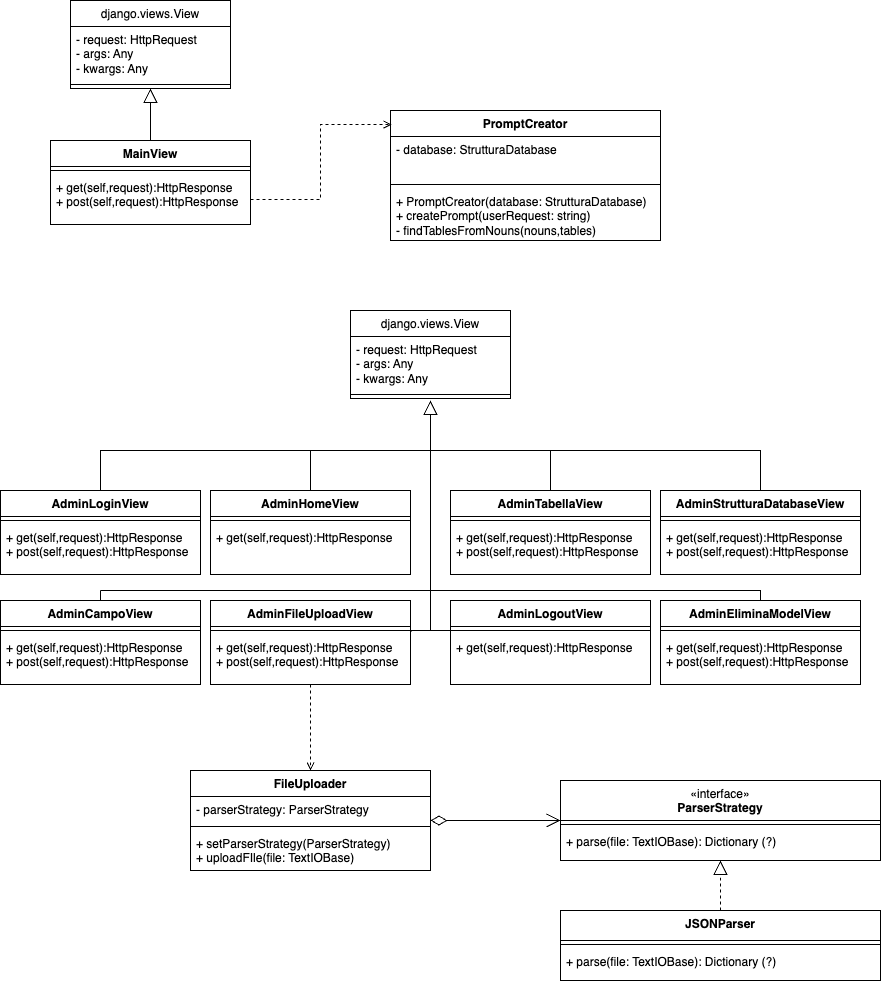
This is docs/src/assets/UML_classes/views.png from Jackpot-Coding/chatSQL, a draw.io export, as it was before one commit. Source tidied: cells renumbered, new cells last; positions are measured from the earlier drawing's top-left corner, leaving out a move shared by most shapes.
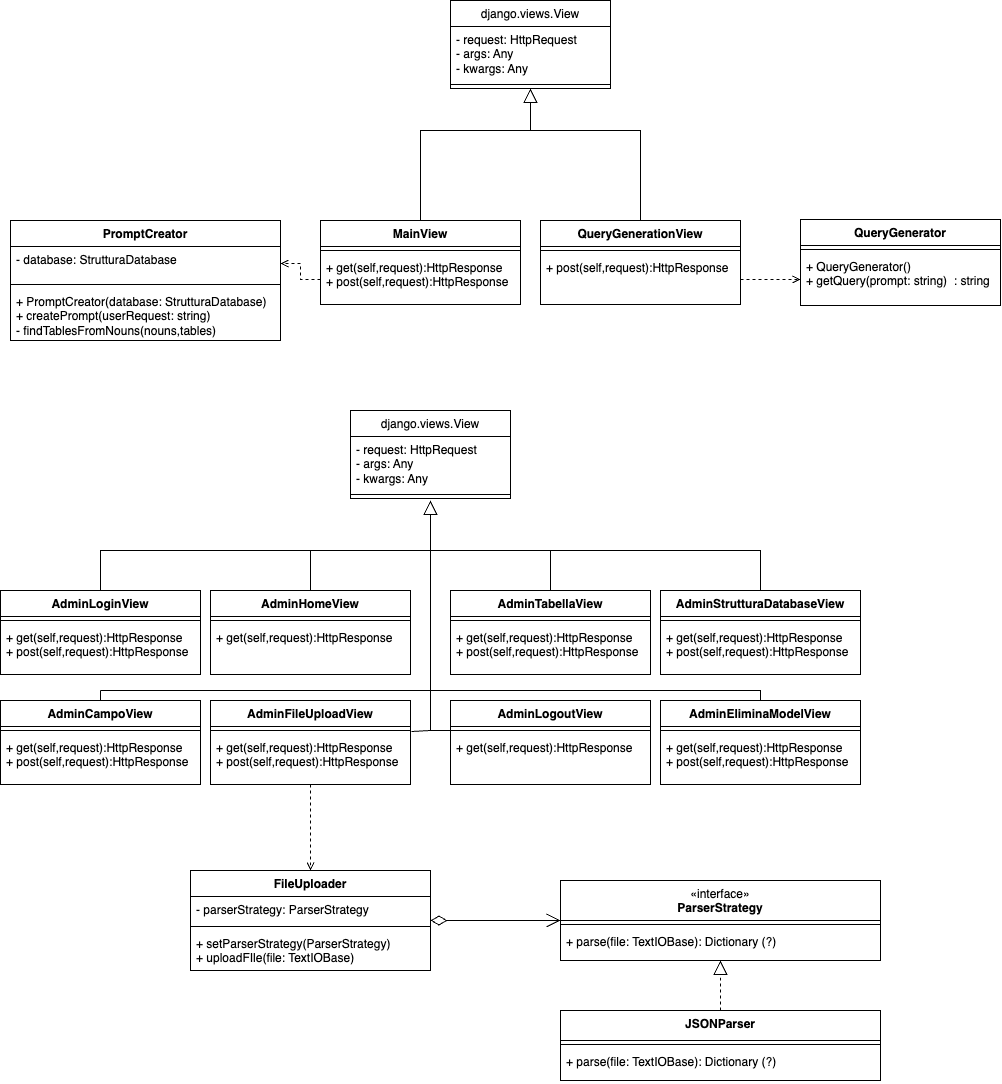
After the change.

Commit message:
Aggiunta QueryForm, QueryGenerationView, QueryGenerator, sostituito Tensorflow con Torch

What changed in the source:
```diff
@@ -3,7 +3,7 @@
     <mxCell id="0" />
     <mxCell id="1" parent="0" />
     <mxCell id="2" value="MainView" style="swimlane;fontStyle=1;align=center;verticalAlign=top;horizontal=1;startSize=26;whiteSpace=wrap;html=1;" parent="1" vertex="1">
-      <mxGeometry x="50" y="140" width="200" height="84" as="geometry" />
+      <mxGeometry x="320" y="120" width="200" height="84" as="geometry" />
     </mxCell>
     <mxCell id="3" style="line;strokeWidth=1;fillColor=none;align=left;verticalAlign=middle;spacingTop=-1;spacingLeft=3;spacingRight=3;labelPosition=right;strokeColor=inherit;" parent="2" vertex="1">
       <mxGeometry y="26" width="200" height="8" as="geometry" />
@@ -95,7 +95,7 @@
       <mxGeometry y="34" width="200" height="50" as="geometry" />
     </mxCell>
     <mxCell id="25" value="&lt;span style=&quot;font-weight: 400;&quot;&gt;django.views.View&lt;/span&gt;" style="swimlane;fontStyle=1;align=center;verticalAlign=top;horizontal=1;startSize=26;whiteSpace=wrap;html=1;" parent="1" vertex="1">
-      <mxGeometry x="70" width="160" height="88" as="geometry" />
+      <mxGeometry x="450" y="-100" width="160" height="88" as="geometry" />
     </mxCell>
     <mxCell id="26" value="- request: HttpRequest&lt;div&gt;- args: Any&lt;/div&gt;&lt;div&gt;- kwargs: Any&lt;/div&gt;&lt;div&gt;&lt;br&gt;&lt;/div&gt;" style="text;strokeColor=none;fillColor=none;align=left;verticalAlign=top;spacingLeft=4;spacingRight=4;overflow=hidden;whiteSpace=wrap;html=1;" parent="25" vertex="1">
       <mxGeometry y="26" width="160" height="54" as="geometry" />
@@ -121,20 +121,25 @@
         </Array>
       </mxGeometry>
     </mxCell>
-    <mxCell id="32" style="edgeStyle=none;html=1;endSize=12;endArrow=block;endFill=0;rounded=0;exitX=0.5;exitY=0;exitDx=0;exitDy=0;entryX=0.5;entryY=1;entryDx=0;entryDy=0;" parent="1" edge="1" source="2" target="25">
-      <mxGeometry relative="1" as="geometry" />
+    <mxCell id="32" style="edgeStyle=orthogonalEdgeStyle;html=1;endSize=12;endArrow=block;endFill=0;rounded=0;exitX=0.5;exitY=0;exitDx=0;exitDy=0;entryX=0.5;entryY=1;entryDx=0;entryDy=0;" parent="1" edge="1" source="2" target="25">
+      <mxGeometry relative="1" as="geometry">
+        <Array as="points">
+          <mxPoint x="420" y="30" />
+          <mxPoint x="530" y="30" />
+        </Array>
+      </mxGeometry>
     </mxCell>
     <mxCell id="33" value="PromptCreator" style="swimlane;fontStyle=1;align=center;verticalAlign=top;horizontal=1;startSize=26;whiteSpace=wrap;html=1;" parent="1" vertex="1">
-      <mxGeometry x="390" y="110" width="270" height="130" as="geometry" />
+      <mxGeometry x="10" y="120" width="270" height="120" as="geometry" />
     </mxCell>
     <mxCell id="34" value="&lt;div&gt;- database: StrutturaDatabase&lt;/div&gt;" style="text;strokeColor=none;fillColor=none;align=left;verticalAlign=top;spacingLeft=4;spacingRight=4;overflow=hidden;points=[[0,0.5],[1,0.5]];portConstraint=eastwest;whiteSpace=wrap;html=1;" parent="33" vertex="1">
-      <mxGeometry y="26" width="270" height="44" as="geometry" />
+      <mxGeometry y="26" width="270" height="34" as="geometry" />
     </mxCell>
     <mxCell id="35" style="line;strokeWidth=1;fillColor=none;align=left;verticalAlign=middle;spacingTop=-1;spacingLeft=3;spacingRight=3;labelPosition=right;strokeColor=inherit;" parent="33" vertex="1">
-      <mxGeometry y="70" width="270" height="8" as="geometry" />
+      <mxGeometry y="60" width="270" height="8" as="geometry" />
     </mxCell>
     <mxCell id="36" value="&lt;div&gt;+ PromptCreator(database: StrutturaDatabase)&lt;br&gt;&lt;div&gt;+ createPrompt(userRequest: string)&lt;/div&gt;&lt;/div&gt;&lt;div&gt;-&amp;nbsp;findTablesFromNouns(nouns,tables)&lt;/div&gt;" style="text;strokeColor=none;fillColor=none;align=left;verticalAlign=top;spacingLeft=4;spacingRight=4;overflow=hidden;whiteSpace=wrap;html=1;" parent="33" vertex="1">
-      <mxGeometry y="78" width="270" height="52" as="geometry" />
+      <mxGeometry y="68" width="270" height="52" as="geometry" />
     </mxCell>
     <mxCell id="37" value="FileUploader" style="swimlane;fontStyle=1;align=center;verticalAlign=top;horizontal=1;startSize=26;whiteSpace=wrap;html=1;" parent="1" vertex="1">
       <mxGeometry x="190" y="770" width="240" height="100" as="geometry" />
@@ -228,8 +233,37 @@
         <mxPoint x="100" y="590" as="targetPoint" />
       </mxGeometry>
     </mxCell>
-    <mxCell id="62" style="edgeStyle=orthogonalEdgeStyle;rounded=0;jettySize=auto;html=1;exitX=1;exitY=0.5;exitDx=0;exitDy=0;entryX=0.004;entryY=0.108;entryDx=0;entryDy=0;entryPerimeter=0;dashed=1;endArrow=open;endFill=0;" parent="1" edge="1" source="4" target="33">
+    <mxCell id="62" style="edgeStyle=orthogonalEdgeStyle;rounded=0;jettySize=auto;html=1;exitX=0;exitY=0.5;exitDx=0;exitDy=0;entryX=1;entryY=0.5;entryDx=0;entryDy=0;dashed=1;endArrow=open;endFill=0;" parent="1" edge="1" source="4" target="34">
       <mxGeometry relative="1" as="geometry" />
     </mxCell>
+    <mxCell id="63" value="QueryGenerator" style="swimlane;fontStyle=1;align=center;verticalAlign=top;horizontal=1;startSize=26;whiteSpace=wrap;html=1;" parent="1" vertex="1">
+      <mxGeometry x="800" y="119" width="200" height="86" as="geometry" />
+    </mxCell>
+    <mxCell id="64" style="line;strokeWidth=1;fillColor=none;align=left;verticalAlign=middle;spacingTop=-1;spacingLeft=3;spacingRight=3;labelPosition=right;strokeColor=inherit;" parent="63" vertex="1">
+      <mxGeometry y="26" width="200" height="8" as="geometry" />
+    </mxCell>
+    <mxCell id="65" value="&lt;div&gt;+ QueryGenerator()&lt;br&gt;&lt;div&gt;+&amp;nbsp;getQuery(prompt: string)&amp;nbsp; : string&lt;/div&gt;&lt;/div&gt;" style="text;strokeColor=none;fillColor=none;align=left;verticalAlign=top;spacingLeft=4;spacingRight=4;overflow=hidden;points=[[0,0.5],[1,0.5]];portConstraint=eastwest;whiteSpace=wrap;html=1;" parent="63" vertex="1">
+      <mxGeometry y="34" width="200" height="52" as="geometry" />
+    </mxCell>
+    <mxCell id="66" style="edgeStyle=orthogonalEdgeStyle;rounded=0;jettySize=auto;html=1;exitX=0.5;exitY=0;exitDx=0;exitDy=0;endArrow=none;endFill=0;" parent="1" edge="1" source="67">
+      <mxGeometry relative="1" as="geometry">
+        <mxPoint x="530" y="30" as="targetPoint" />
+        <Array as="points">
+          <mxPoint x="640" y="30" />
+        </Array>
+      </mxGeometry>
+    </mxCell>
+    <mxCell id="67" value="QueryGenerationView" style="swimlane;fontStyle=1;align=center;verticalAlign=top;horizontal=1;startSize=26;whiteSpace=wrap;html=1;" parent="1" vertex="1">
+      <mxGeometry x="540" y="120" width="200" height="84" as="geometry" />
+    </mxCell>
+    <mxCell id="68" style="line;strokeWidth=1;fillColor=none;align=left;verticalAlign=middle;spacingTop=-1;spacingLeft=3;spacingRight=3;labelPosition=right;strokeColor=inherit;" parent="67" vertex="1">
+      <mxGeometry y="26" width="200" height="8" as="geometry" />
+    </mxCell>
+    <mxCell id="69" value="&lt;div&gt;+ post(self,request):HttpResponse&lt;br&gt;&lt;/div&gt;" style="text;strokeColor=none;fillColor=none;align=left;verticalAlign=top;spacingLeft=4;spacingRight=4;overflow=hidden;points=[[0,0.5],[1,0.5]];portConstraint=eastwest;whiteSpace=wrap;html=1;" parent="67" vertex="1">
+      <mxGeometry y="34" width="200" height="50" as="geometry" />
+    </mxCell>
+    <mxCell id="70" style="edgeStyle=orthogonalEdgeStyle;rounded=0;jettySize=auto;html=1;exitX=1;exitY=0.5;exitDx=0;exitDy=0;entryX=0;entryY=0.5;entryDx=0;entryDy=0;endArrow=open;endFill=0;dashed=1;" parent="1" edge="1" source="69" target="65">
+      <mxGeometry relative="1" as="geometry" />
+    </mxCell>
   </root>
 </mxGraphModel>
```
